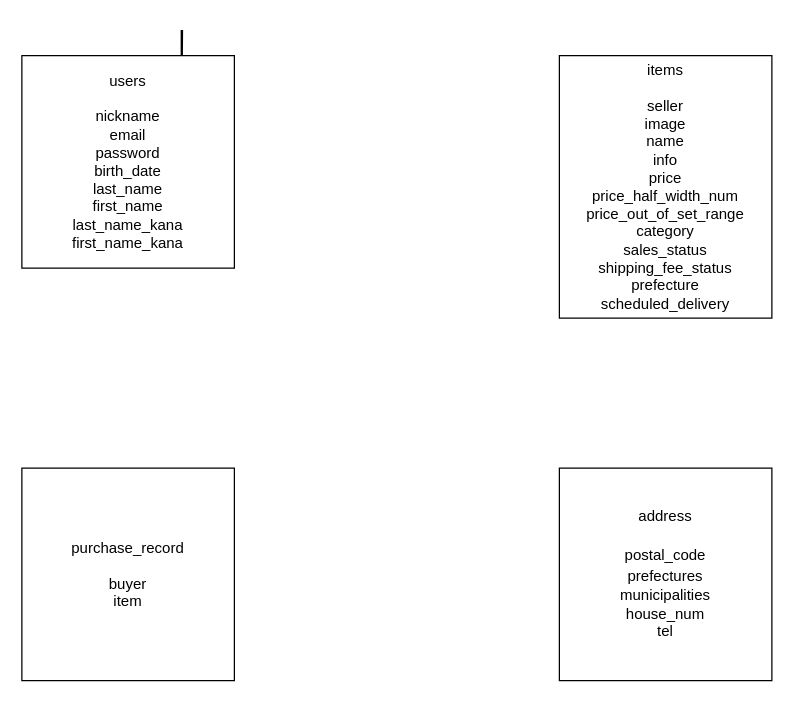
blue-techcamp/furima-33017 keeps this draw.io diagram as er.dio. Above is the earlier version. Source tidied: cells renumbered, new cells numbered last; positions are measured from the earlier drawing's top-left corner, leaving out a move shared by most shapes. Both pictures are drawn from the tidied source at 125%, with x=0, y=0 at pixel (21, 55).
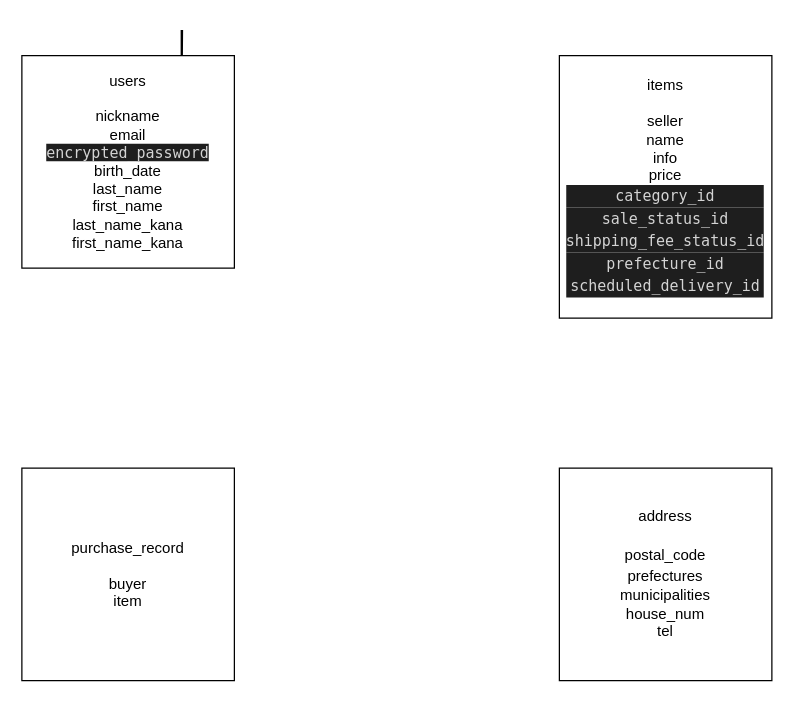
Above is the later version.

Commit message (it also covers changes not shown here):
ER図・README修正

Diff of the diagram source:
```diff
@@
 <mxGraphModel>
   <root>
     <mxCell id="0" />
     <mxCell id="1" parent="0" />
     <mxCell id="2" style="edgeStyle=orthogonalEdgeStyle;rounded=0;jettySize=auto;html=1;exitX=0.75;exitY=0;exitDx=0;exitDy=0;" parent="1" edge="1" source="3">
       <mxGeometry relative="1" as="geometry">
         <mxPoint x="128" y="40" as="targetPoint" />
       </mxGeometry>
     </mxCell>
-    <mxCell id="3" value="users&lt;br&gt;&lt;br&gt;nickname&lt;br&gt;email&lt;br&gt;password&lt;br&gt;birth_date&lt;br&gt;last_name&lt;br&gt;first_name&lt;br&gt;last_name_kana&lt;br&gt;first_name_kana" style="rounded=0;whiteSpace=wrap;html=1;" parent="1" vertex="1">
+    <mxCell id="3" value="users&lt;br&gt;&lt;br&gt;nickname&lt;br&gt;email&lt;br&gt;&lt;span style=&quot;background-color: rgb(30 , 30 , 30) ; color: rgb(212 , 212 , 212) ; font-family: &amp;#34;menlo&amp;#34; , &amp;#34;monaco&amp;#34; , &amp;#34;courier new&amp;#34; , monospace&quot;&gt;encrypted_password&lt;br&gt;&lt;/span&gt;birth_date&lt;br&gt;last_name&lt;br&gt;first_name&lt;br&gt;last_name_kana&lt;br&gt;first_name_kana" style="rounded=0;whiteSpace=wrap;html=1;" parent="1" vertex="1">
       <mxGeometry width="170" height="170" as="geometry" />
     </mxCell>
-    <mxCell id="4" value="items&lt;br&gt;&lt;br&gt;seller&lt;br&gt;image&lt;br&gt;name&lt;br&gt;info&lt;br&gt;price&lt;br&gt;price_half_width_num&lt;br&gt;price_out_of_set_range&lt;br&gt;category&lt;br&gt;sales_status&lt;br&gt;shipping_fee_status&lt;br&gt;prefecture&lt;br&gt;scheduled_delivery" style="rounded=0;whiteSpace=wrap;html=1;" parent="1" vertex="1">
+    <mxCell id="4" value="items&lt;br&gt;&lt;br&gt;seller&lt;br&gt;name&lt;br&gt;info&lt;br&gt;price&lt;br&gt;&lt;div style=&quot;color: rgb(212 , 212 , 212) ; background-color: rgb(30 , 30 , 30) ; font-family: &amp;#34;menlo&amp;#34; , &amp;#34;monaco&amp;#34; , &amp;#34;courier new&amp;#34; , monospace ; line-height: 18px&quot;&gt;category_id&lt;/div&gt;&lt;div style=&quot;color: rgb(212 , 212 , 212) ; background-color: rgb(30 , 30 , 30) ; font-family: &amp;#34;menlo&amp;#34; , &amp;#34;monaco&amp;#34; , &amp;#34;courier new&amp;#34; , monospace ; line-height: 18px&quot;&gt;sale_status_id&lt;/div&gt;&lt;div style=&quot;color: rgb(212 , 212 , 212) ; background-color: rgb(30 , 30 , 30) ; font-family: &amp;#34;menlo&amp;#34; , &amp;#34;monaco&amp;#34; , &amp;#34;courier new&amp;#34; , monospace ; line-height: 18px&quot;&gt;shipping_fee_status_id&lt;/div&gt;&lt;div style=&quot;color: rgb(212 , 212 , 212) ; background-color: rgb(30 , 30 , 30) ; font-family: &amp;#34;menlo&amp;#34; , &amp;#34;monaco&amp;#34; , &amp;#34;courier new&amp;#34; , monospace ; line-height: 18px&quot;&gt;prefecture_id&lt;/div&gt;&lt;div style=&quot;color: rgb(212 , 212 , 212) ; background-color: rgb(30 , 30 , 30) ; font-family: &amp;#34;menlo&amp;#34; , &amp;#34;monaco&amp;#34; , &amp;#34;courier new&amp;#34; , monospace ; line-height: 18px&quot;&gt;scheduled_delivery_id&lt;/div&gt;" style="rounded=0;whiteSpace=wrap;html=1;" parent="1" vertex="1">
       <mxGeometry x="430" width="170" height="210" as="geometry" />
     </mxCell>
     <mxCell id="5" value="address&lt;br&gt;&lt;br&gt;postal_code&lt;span style=&quot;color: rgb(77 , 81 , 86) ; font-family: &amp;#34;arial&amp;#34; , sans-serif ; font-size: 14px ; text-align: left ; background-color: rgb(255 , 255 , 255)&quot;&gt;&lt;br&gt;&lt;/span&gt;prefectures&lt;span style=&quot;color: rgb(51 , 51 , 51) ; font-family: &amp;#34;hiragino kaku gothic pro&amp;#34; , &amp;#34;ヒラギノ角ゴ pro w3&amp;#34; , , , &amp;#34;meiryo&amp;#34; , &amp;#34;ｍｓ ｐゴシック&amp;#34; , sans-serif ; font-size: 14.4px ; background-color: rgb(255 , 255 , 255)&quot;&gt;&lt;br&gt;&lt;/span&gt;municipalities&lt;br&gt;house_num&lt;br&gt;tel" style="rounded=0;whiteSpace=wrap;html=1;" parent="1" vertex="1">
       <mxGeometry x="430" y="330" width="170" height="170" as="geometry" />
     </mxCell>
     <mxCell id="6" value="purchase_record&lt;br&gt;&lt;br&gt;buyer&lt;br&gt;item" style="rounded=0;whiteSpace=wrap;html=1;" parent="1" vertex="1">
       <mxGeometry y="330" width="170" height="170" as="geometry" />
     </mxCell>
   </root>
 </mxGraphModel>
```
